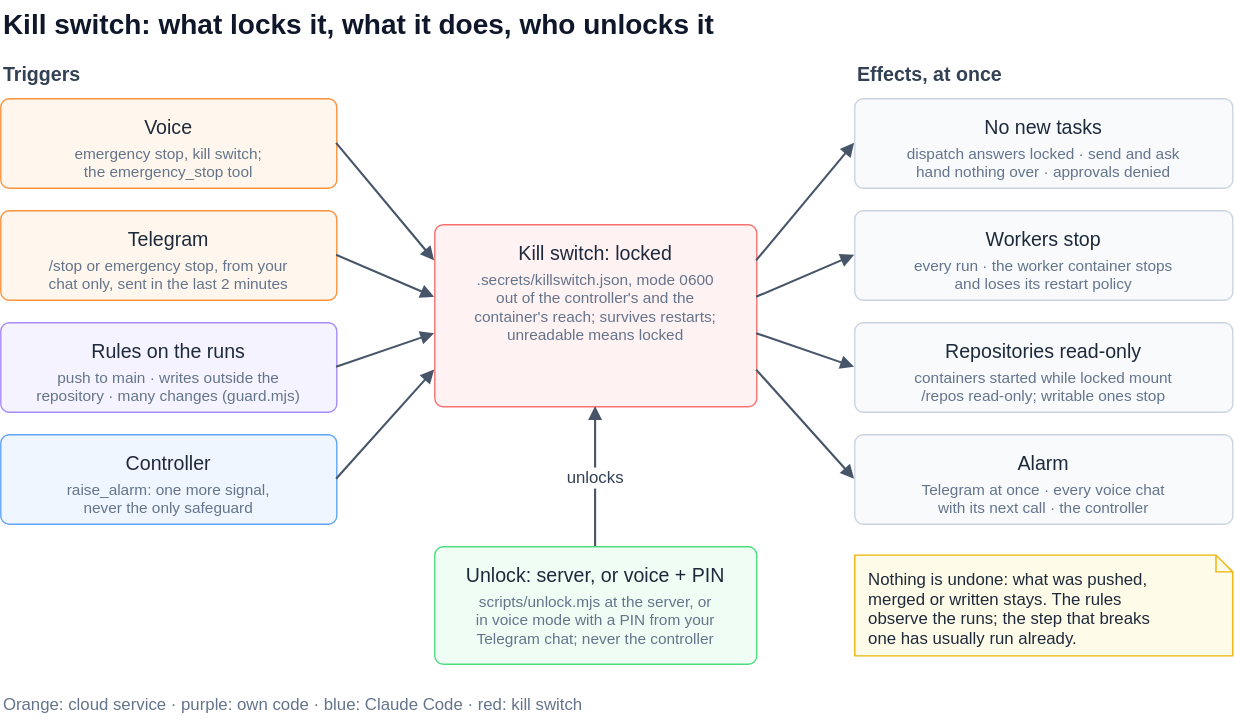
Above: docs/killswitch.drawio.svg in alderg/cc-voice-gateway (draw.io), before the change. Source tidied: cells renumbered, new cells last; positions are measured from the earlier drawing's top-left corner, leaving out a move shared by most shapes.
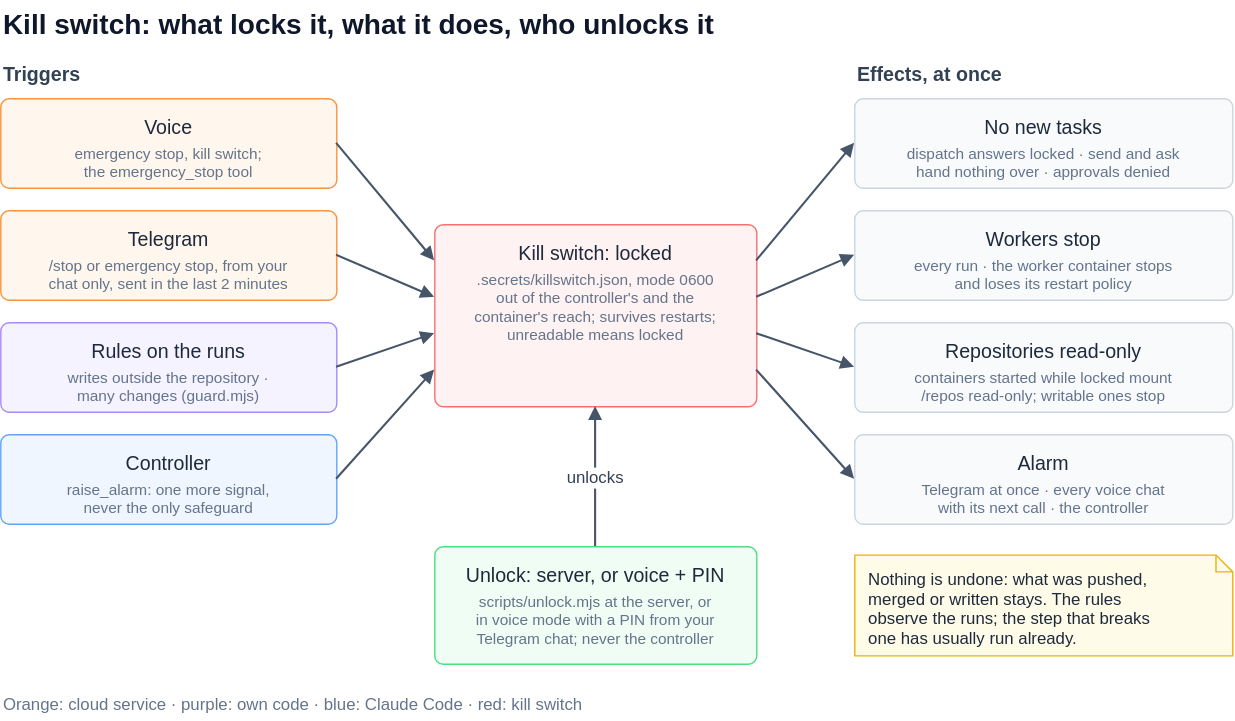
Later version of the same file.

Diff of the diagram source:
```diff
@@ -26,7 +26,7 @@
     <mxCell id="9" value="Rules on the runs" style="rounded=1;html=0;fontSize=14;fillColor=#F5F3FF;strokeColor=#A78BFA;fontStyle=0;verticalAlign=top;spacingTop=6.9;strokeWidth=1;absoluteArcSize=1;arcSize=12;fontColor=#1E293B;" parent="1" vertex="1">
       <mxGeometry y="230" width="240" height="64" as="geometry" />
     </mxCell>
-    <mxCell id="10" value="push to main · writes outside the&#10;repository · many changes (guard.mjs)" style="text;html=0;fontSize=11;fontColor=#64748B;align=center;verticalAlign=top;spacing=0;strokeColor=none;fillColor=none;" parent="9" vertex="1">
+    <mxCell id="10" value="writes outside the repository ·&#10;many changes (guard.mjs)" style="text;html=0;fontSize=11;fontColor=#64748B;align=center;verticalAlign=top;spacing=0;strokeColor=none;fillColor=none;" parent="9" vertex="1">
       <mxGeometry y="28.7" width="240" height="26.4" as="geometry" />
     </mxCell>
     <mxCell id="11" value="Controller" style="rounded=1;html=0;fontSize=14;fillColor=#EFF6FF;strokeColor=#60A5FA;fontStyle=0;verticalAlign=top;spacingTop=6.9;strokeWidth=1;absoluteArcSize=1;arcSize=12;fontColor=#1E293B;" parent="1" vertex="1">
```
